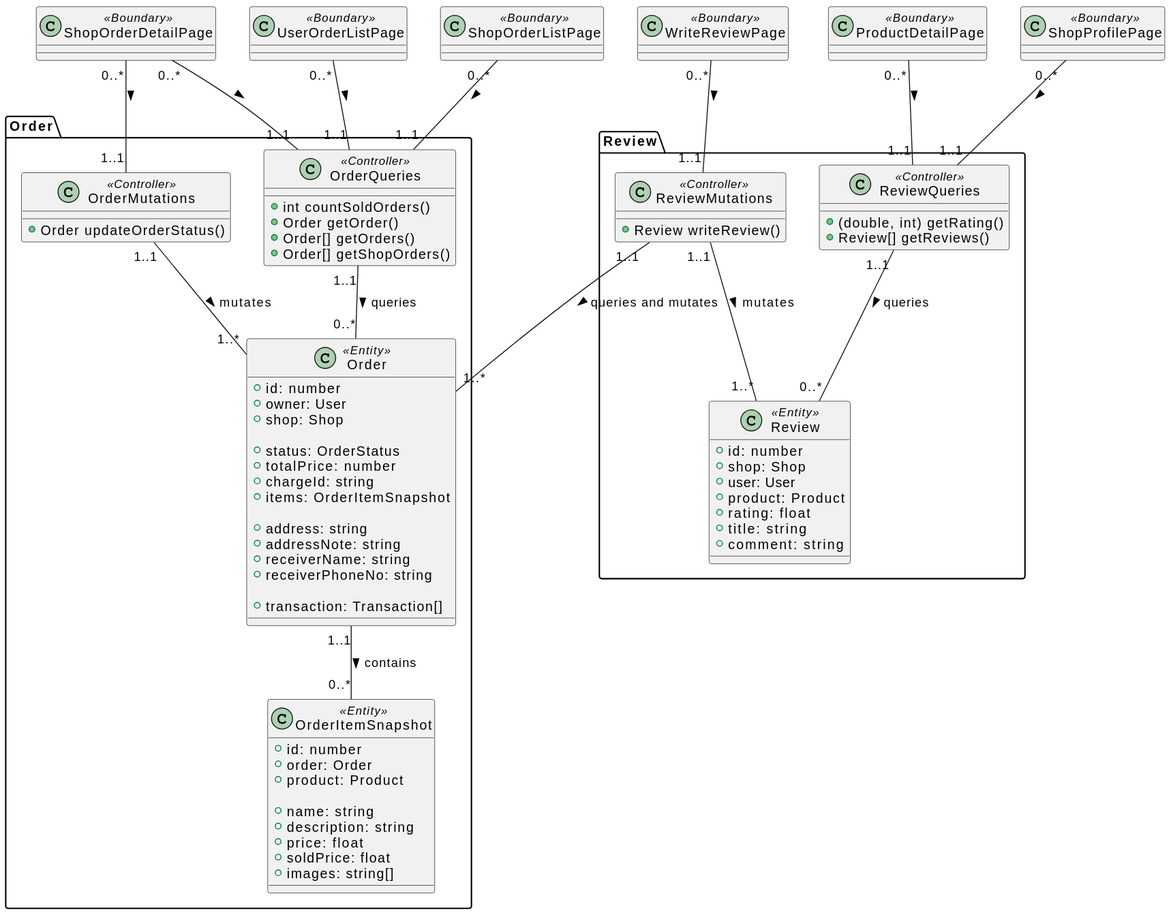
Earlier version of the PlantUML export diagrams/out/class_diagram/Class Diagram.svg (2110336-SoftwareEngineering2-2021-2/sec33_jim_carry). Source of this version:
```plantuml
@startuml
namespace Order {
  class Order <<Entity>> {
    + id: number
    + owner: User
    + shop: Shop

    + status: OrderStatus
    + totalPrice: number
    + chargeId: string
    + items: OrderItemSnapshot

    + address: string
    + addressNote: string
    + receiverName: string
    + receiverPhoneNo: string

    + transaction: Transaction[]
  }

  class OrderItemSnapshot <<Entity>> {
    + id: number
    + order: Order
    + product: Product

    + name: string
    + description: string
    + price: float
    + soldPrice: float
    + images: string[]
  }

  Order "1..1" -- "0..*" OrderItemSnapshot: contains >

  class OrderQueries <<Controller>> {
    + int countSoldOrders()
    + Order getOrder()
    + Order[] getOrders()
    + Order[] getShopOrders()
  }

  class OrderMutations <<Controller>> {
    + Order updateOrderStatus()
  }

  OrderQueries "1..1" -- "0..*" Order: queries >
  OrderMutations "1..1" -- "1..*" Order: mutates >
}

namespace Review {
  class Review <<Entity>> {
    + id: number
    + shop: Shop
    + user: User
    + product: Product
    + rating: float
    + title: string
    + comment: string
  }

  class ReviewQueries <<Controller>> {
    + (double, int) getRating()
    + Review[] getReviews()
  }

  class ReviewMutations <<Controller>> {
    + Review writeReview()
  }

  ReviewQueries "1..1" -- "0..*" Review: queries >
  ReviewMutations "1..1" -- "1..*" Review: mutates >
  ReviewMutations "1..1" -- "1..*" Order.Order: queries and mutates >
}


class ProductDetailPage <<Boundary>> {}
class ShopProfilePage <<Boundary>> {}
class WriteReviewPage <<Boundary>> {}
class ShopOrderDetailPage <<Boundary>> {}
class ShopOrderListPage <<Boundary>> {}
class UserOrderListPage <<Boundary>> {}

ProductDetailPage "0..*" -- "1..1" Review.ReviewQueries: >
ShopProfilePage "0..*" -- "1..1" Review.ReviewQueries: >
WriteReviewPage "0..*" -- "1..1" Review.ReviewMutations: >

ShopOrderDetailPage "0..*" -- "1..1" Order.OrderQueries: >
ShopOrderListPage "0..*" -- "1..1" Order.OrderQueries: >
UserOrderListPage "0..*" -- "1..1" Order.OrderQueries: >
ShopOrderDetailPage "0..*" -- "1..1" Order.OrderMutations: >
@enduml
```
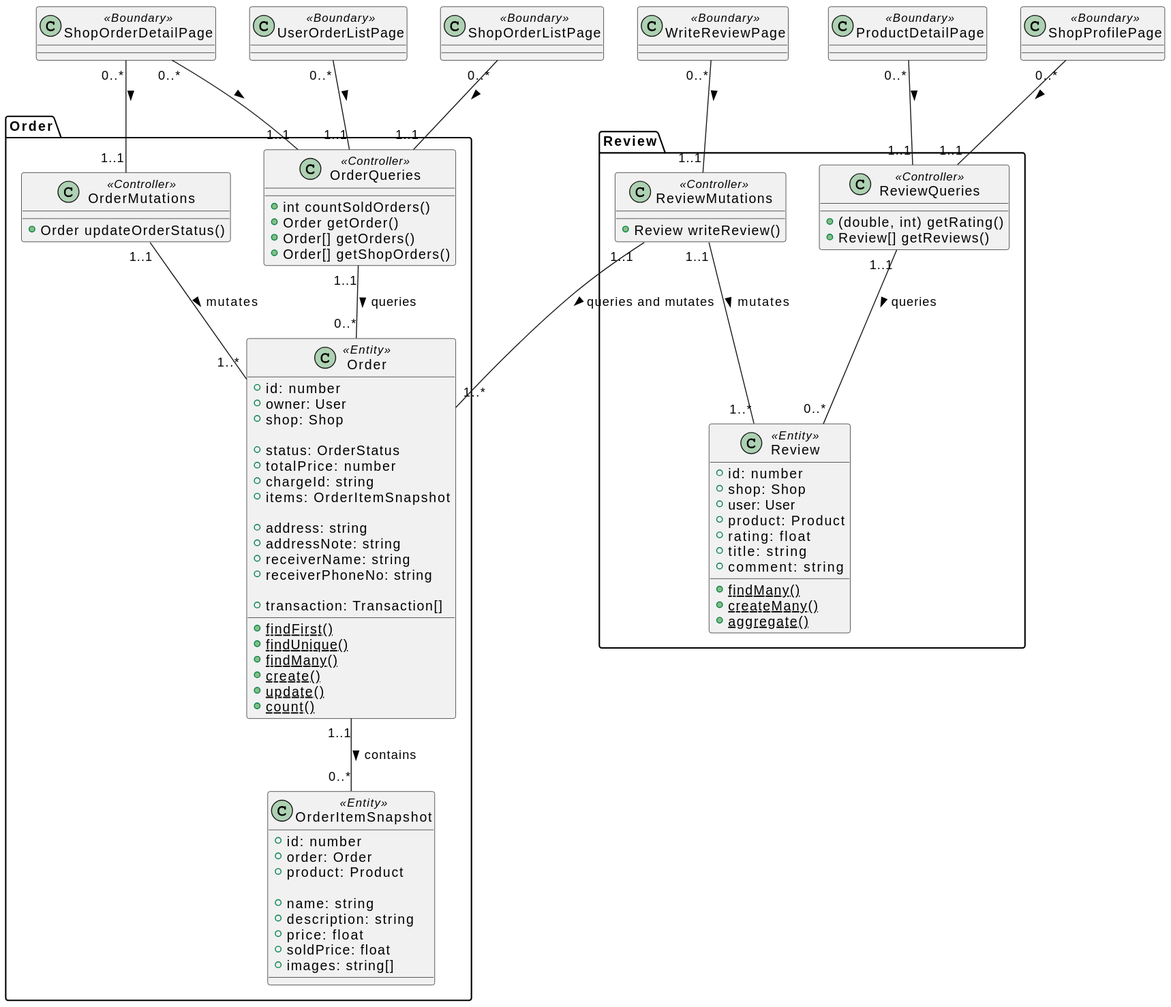
Above is the later version.

Commit message:
docs: add prisma methods to class diagram

The edit, as a diff of the source:
```diff
@@ -16,6 +16,13 @@
     + receiverPhoneNo: string
 
     + transaction: Transaction[]
+
+    + {static} findFirst()
+    + {static} findUnique()
+    + {static} findMany()
+    + {static} create()
+    + {static} update()
+    + {static} count()
   }
 
   class OrderItemSnapshot <<Entity>> {
@@ -56,6 +63,10 @@
     + rating: float
     + title: string
     + comment: string
+
+    + {static} findMany()
+    + {static} createMany()
+    + {static} aggregate()
   }
 
   class ReviewQueries <<Controller>> {
```
